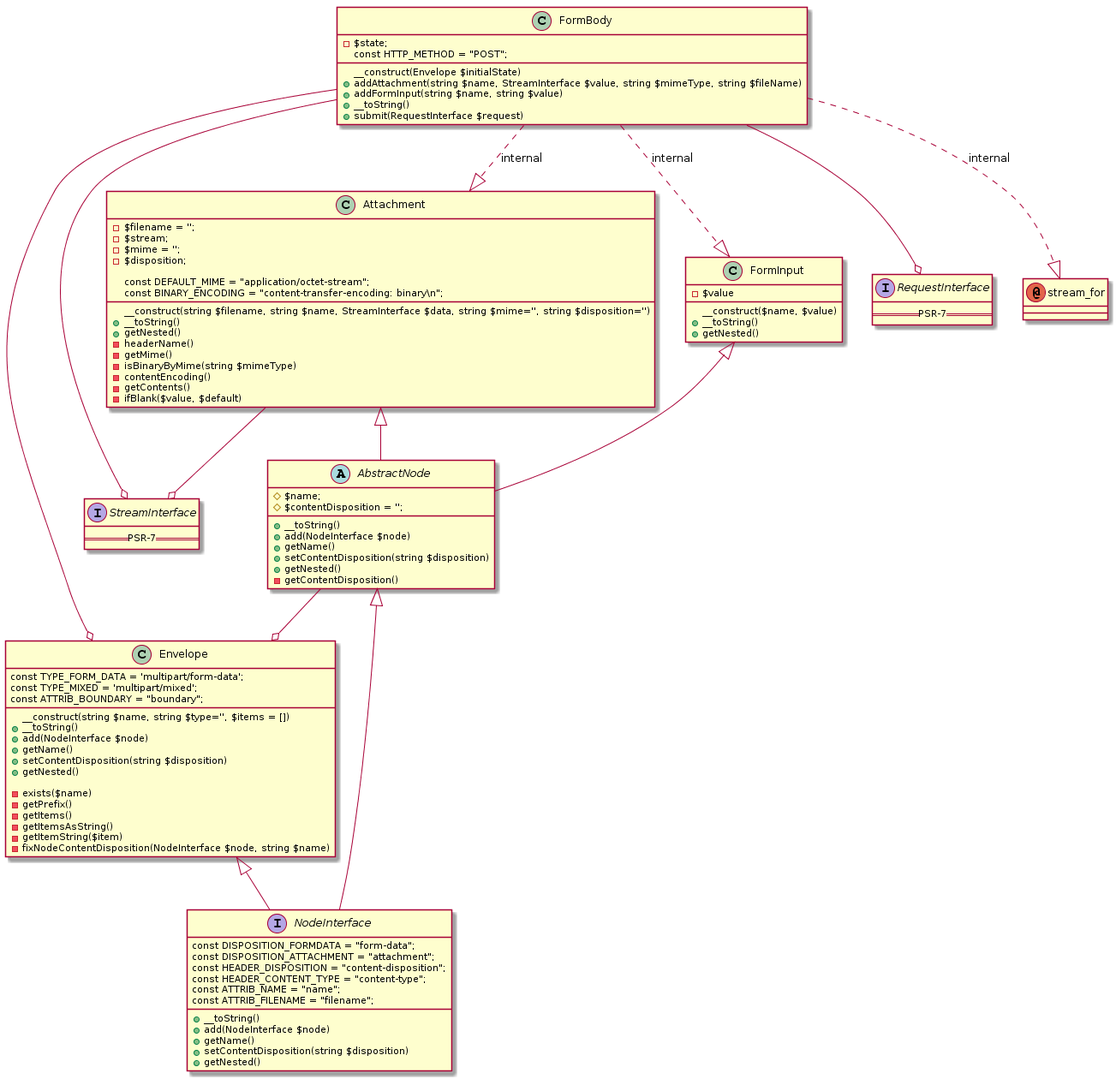
Above: diagram/class-relationship.png in Lewiscowles1986/rfc1867 (PlantUML), before the change.
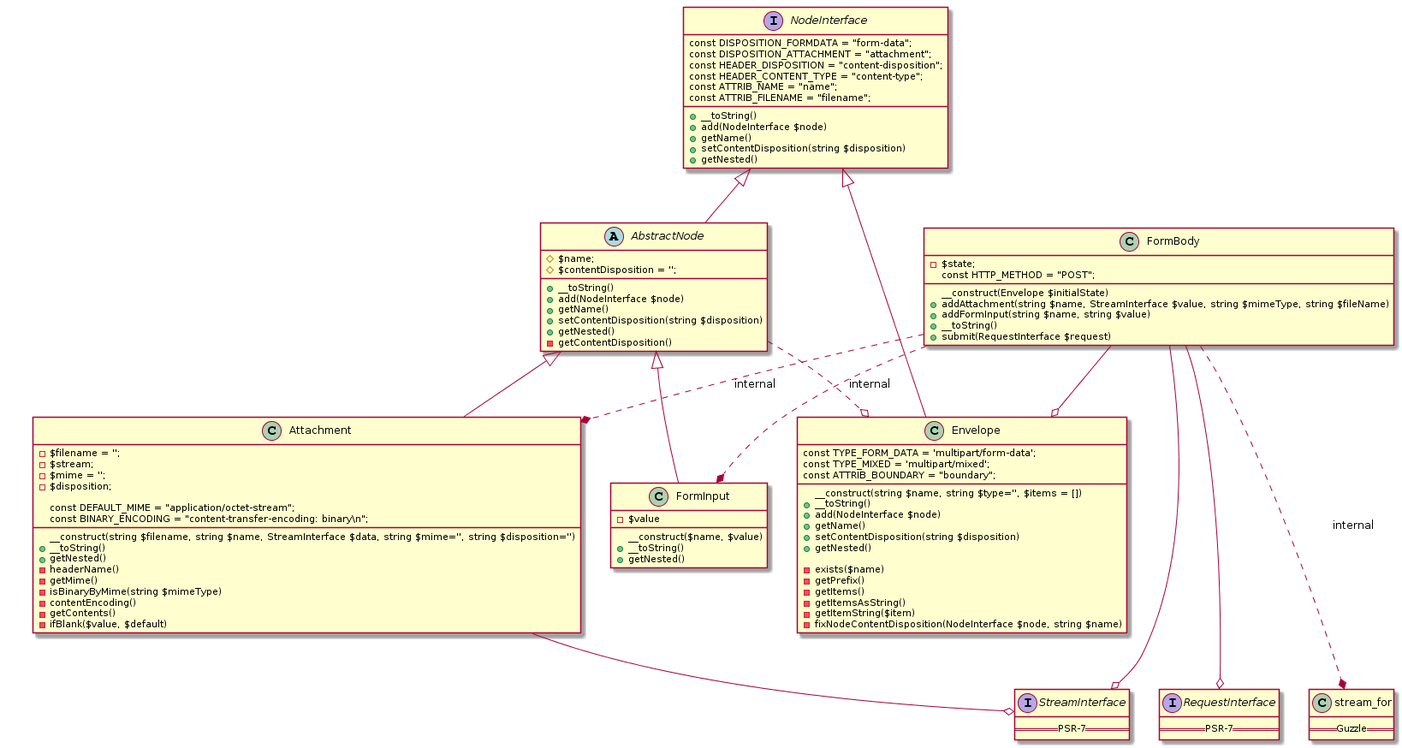
Above is the later version.

The edit, as a diff of the source:
```diff
@@ -14,27 +14,18 @@
     +getNested()
 }
 
-interface StreamInterface {
-==PSR-7==
+together {
+    interface StreamInterface {
+        ==PSR-7==
+    }
+    interface RequestInterface {
+    ==PSR-7==
+    }
+
+    class stream_for {
+        ==Guzzle==
+    }
 }
-interface RequestInterface {
-==PSR-7==
-}
-
-
-abstract class AbstractNode {
-    #$name;
-    #$contentDisposition = '';
-    +__toString()
-    +add(NodeInterface $node)
-    +getName()
-    +setContentDisposition(string $disposition)
-    +getNested()
-    -getContentDisposition()
-}
-
-AbstractNode <|-- NodeInterface
-AbstractNode --o Envelope
 
 class Envelope {
     const TYPE_FORM_DATA = 'multipart/form-data';
@@ -55,38 +46,52 @@
     -getItemString($item)
     -fixNodeContentDisposition(NodeInterface $node, string $name)
 }
-Envelope <|-- NodeInterface
+NodeInterface <|-- Envelope
 
-class Attachment {
-    -$filename = '';
-    -$stream;
-    -$mime = '';
-    -$disposition;
+together {
+    abstract class AbstractNode {
+        #$name;
+        #$contentDisposition = '';
+        +__toString()
+        +add(NodeInterface $node)
+        +getName()
+        +setContentDisposition(string $disposition)
+        +getNested()
+        -getContentDisposition()
+    }
+    NodeInterface <|-- AbstractNode
+    AbstractNode ..o Envelope
 
-    const DEFAULT_MIME = "application/octet-stream";
-    const BINARY_ENCODING = "content-transfer-encoding: binary\\n";
+    class Attachment {
+        -$filename = '';
+        -$stream;
+        -$mime = '';
+        -$disposition;
 
-    __construct(string $filename, string $name, StreamInterface $data, string $mime='', string $disposition='')
-    +__toString()
-    +getNested()
-    -headerName()
-    -getMime()
-    -isBinaryByMime(string $mimeType)
-    -contentEncoding()
-    -getContents()
-    -ifBlank($value, $default)
+        const DEFAULT_MIME = "application/octet-stream";
+        const BINARY_ENCODING = "content-transfer-encoding: binary\\n";
+
+        __construct(string $filename, string $name, StreamInterface $data, string $mime='', string $disposition='')
+        +__toString()
+        +getNested()
+        -headerName()
+        -getMime()
+        -isBinaryByMime(string $mimeType)
+        -contentEncoding()
+        -getContents()
+        -ifBlank($value, $default)
+    }
+    AbstractNode <|-- Attachment
+    Attachment --o StreamInterface
+
+    class FormInput {
+        -$value
+        __construct($name, $value)
+        +__toString()
+        +getNested()
+    }
+    AbstractNode <|-- FormInput
 }
-Attachment <|-- AbstractNode
-Attachment --o StreamInterface
-class FormInput {
-    -$value
-    __construct($name, $value)
-    +__toString()
-    +getNested()
-}
-FormInput <|-- AbstractNode
-
-annotation stream_for
 
 class FormBody {
     -$state;
@@ -98,9 +103,9 @@
     +__toString()
     +submit(RequestInterface $request)
 }
-FormBody ..|> FormInput : internal
-FormBody ..|> Attachment : internal
-FormBody ..|> stream_for : internal
+FormBody ..* FormInput : internal
+FormBody ..* Attachment : internal
+FormBody ..* stream_for : internal
 FormBody --o Envelope
 FormBody --o StreamInterface
 FormBody --o RequestInterface
```
